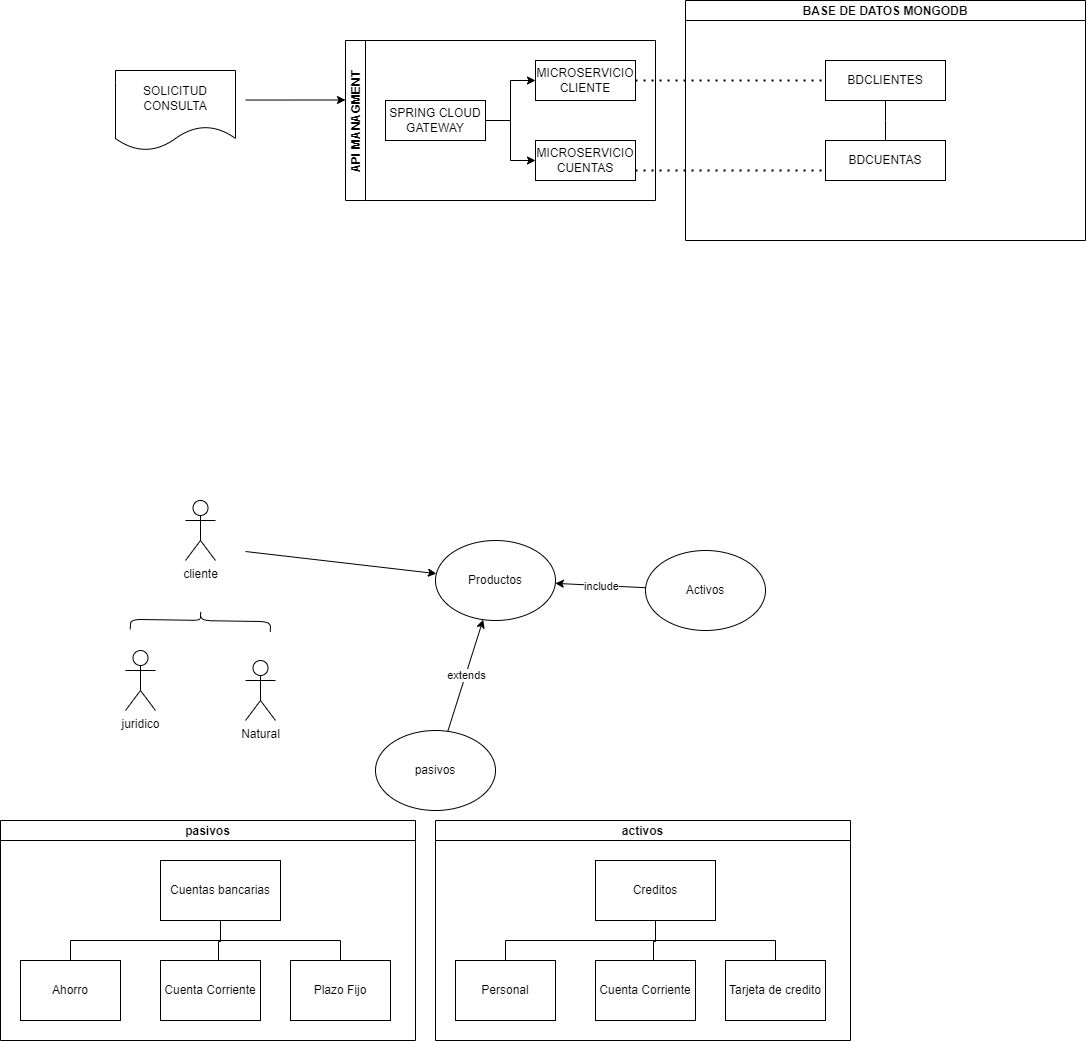
This is proyectosemana1/CUN proyecto semana 1.drawio.png from joffrehermosilla/proyectosemana1, a draw.io export, as it was before one commit. Source tidied: cells renumbered, new cells last; positions are measured from the earlier drawing's top-left corner, leaving out a move shared by most shapes.
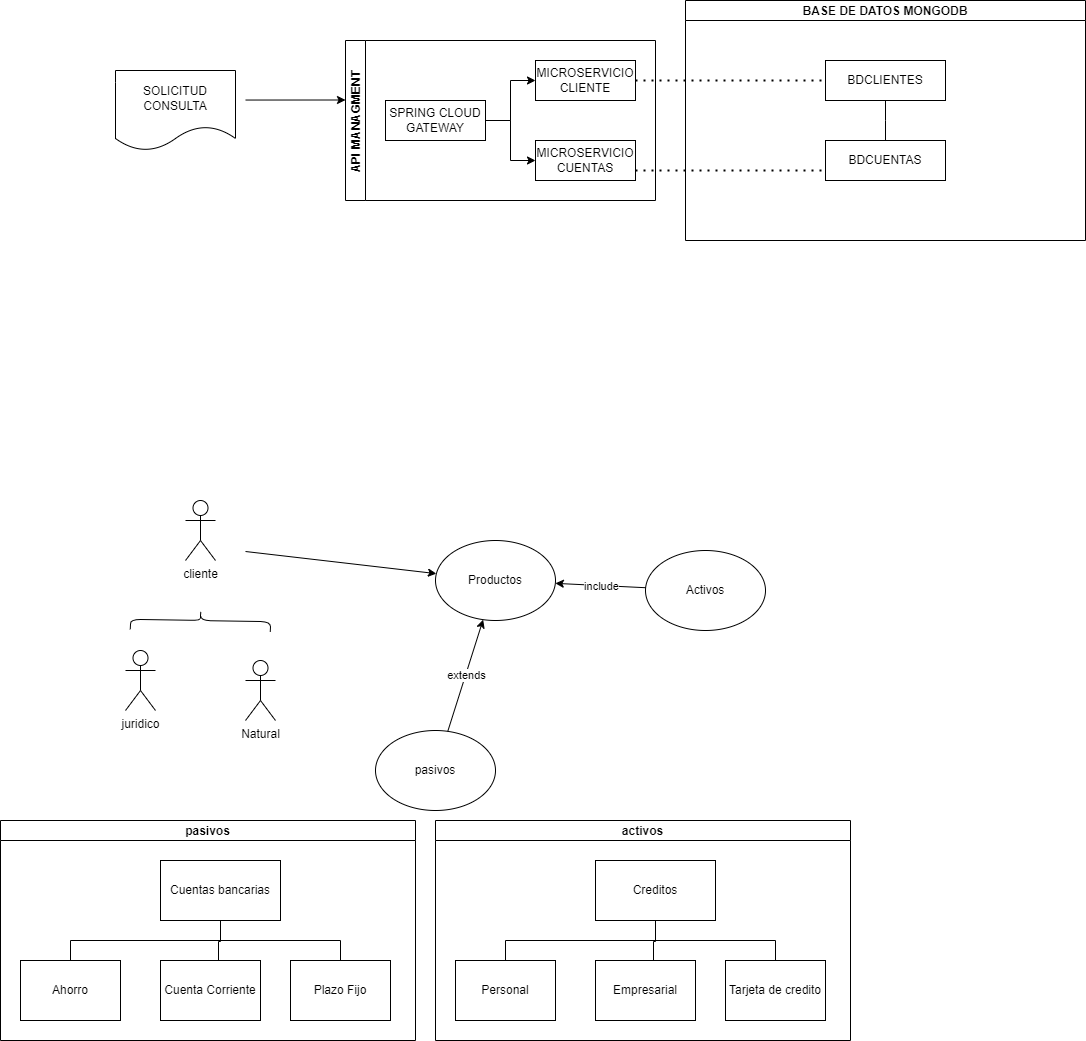
The same diagram one commit later.

Change to the diagram source:
```diff
@@ -126,7 +126,7 @@
     <mxCell id="40" value="Personal" style="whiteSpace=wrap;html=1;align=center;verticalAlign=middle;newEdgeStyle={&quot;edgeStyle&quot;:&quot;elbowEdgeStyle&quot;,&quot;startArrow&quot;:&quot;none&quot;,&quot;endArrow&quot;:&quot;none&quot;};" parent="36" vertex="1">
       <mxGeometry x="20" y="140" width="100" height="60" as="geometry" />
     </mxCell>
-    <mxCell id="41" value="Cuenta Corriente" style="whiteSpace=wrap;html=1;align=center;verticalAlign=middle;newEdgeStyle={&quot;edgeStyle&quot;:&quot;elbowEdgeStyle&quot;,&quot;startArrow&quot;:&quot;none&quot;,&quot;endArrow&quot;:&quot;none&quot;};" parent="36" vertex="1">
+    <mxCell id="41" value="Empresarial" style="whiteSpace=wrap;html=1;align=center;verticalAlign=middle;newEdgeStyle={&quot;edgeStyle&quot;:&quot;elbowEdgeStyle&quot;,&quot;startArrow&quot;:&quot;none&quot;,&quot;endArrow&quot;:&quot;none&quot;};" parent="36" vertex="1">
       <mxGeometry x="160" y="140" width="100" height="60" as="geometry" />
     </mxCell>
     <mxCell id="42" value="Tarjeta de credito" style="whiteSpace=wrap;html=1;align=center;verticalAlign=middle;newEdgeStyle={&quot;edgeStyle&quot;:&quot;elbowEdgeStyle&quot;,&quot;startArrow&quot;:&quot;none&quot;,&quot;endArrow&quot;:&quot;none&quot;};" parent="36" vertex="1">
```
